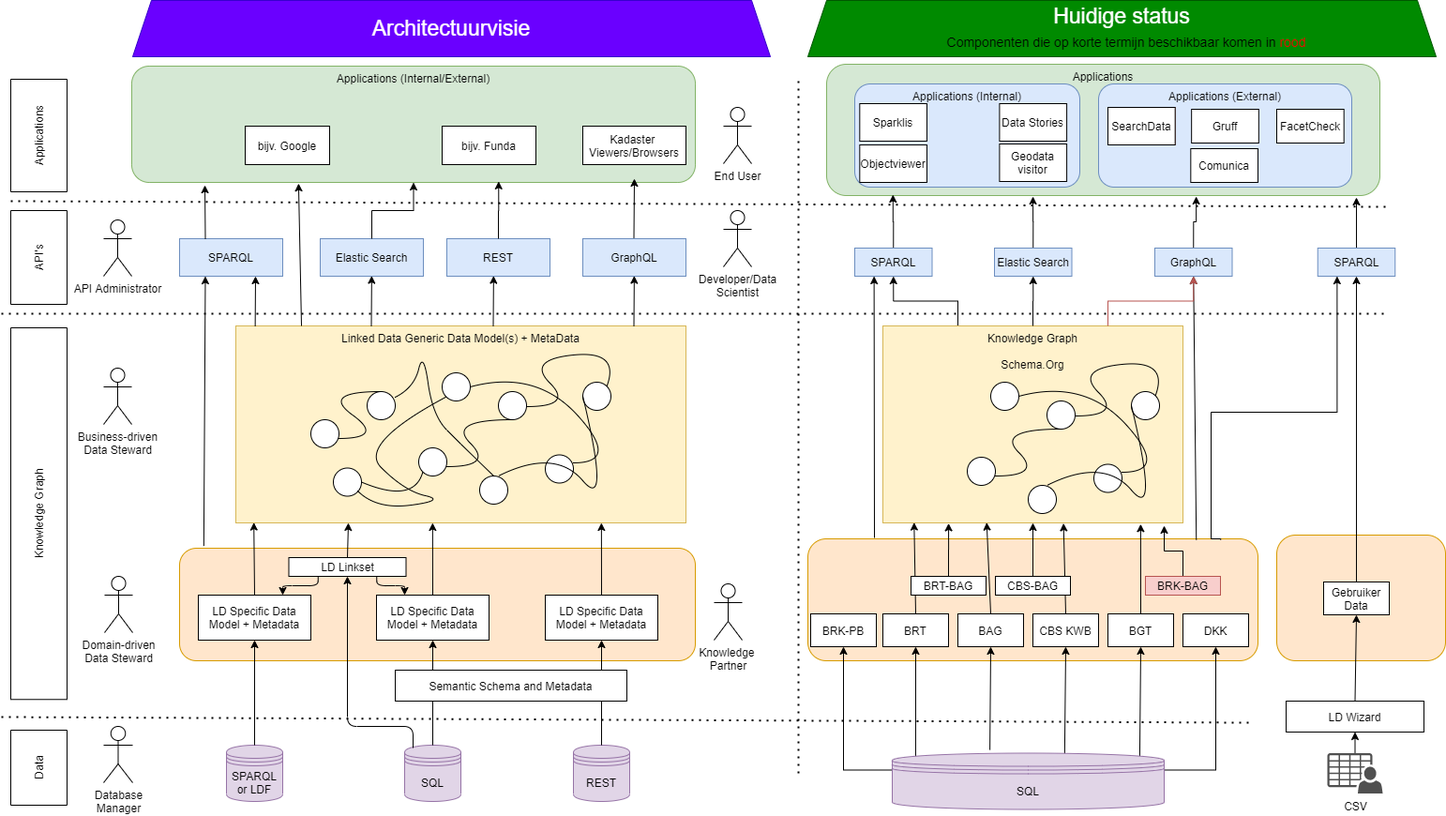
The draw.io diagram demonstrators/architectuur-selfservice/images/selfservice-architecture progress.png in kadaster/labs.kadaster.nl, before a commit. Source tidied: cells renumbered, new cells last; positions are measured from the earlier drawing's top-left corner, leaving out a move shared by most shapes.
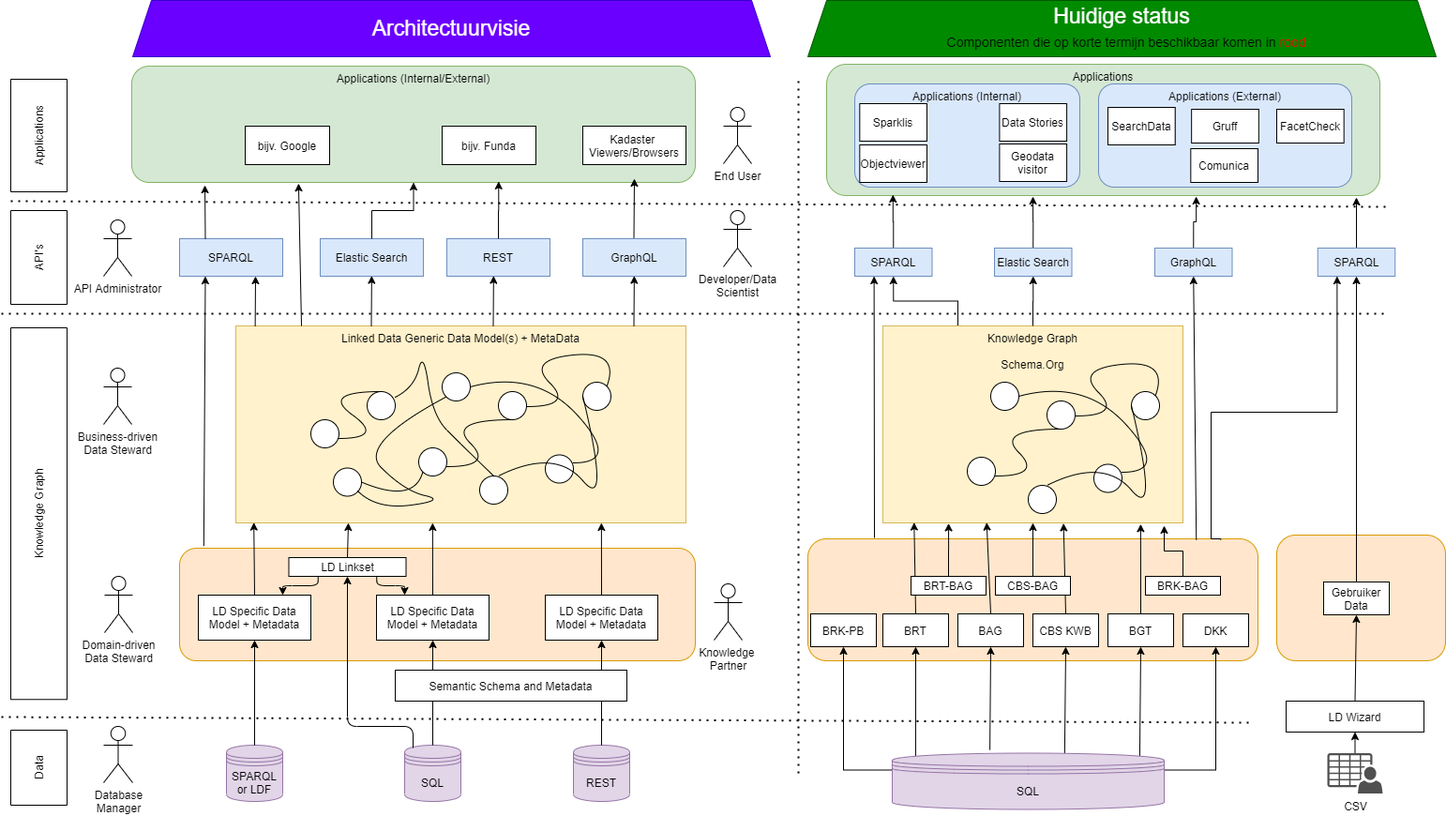
Later version of the same file.

Commit message:
Updte architectuur

What changed in the source:
```diff
@@ -459,9 +459,6 @@
     <mxCell id="116" style="edgeStyle=orthogonalEdgeStyle;rounded=0;jettySize=auto;html=1;exitX=0.5;exitY=0;exitDx=0;exitDy=0;entryX=0.5;entryY=1;entryDx=0;entryDy=0;fillColor=#f8cecc;" parent="70" edge="1" source="88" target="108">
       <mxGeometry relative="1" as="geometry" />
     </mxCell>
-    <mxCell id="117" style="edgeStyle=orthogonalEdgeStyle;rounded=0;jettySize=auto;html=1;exitX=0.75;exitY=0;exitDx=0;exitDy=0;entryX=0.5;entryY=1;entryDx=0;entryDy=0;fillColor=#f8cecc;strokeColor=#B85450;" parent="70" edge="1" source="88" target="110">
-      <mxGeometry relative="1" as="geometry" />
-    </mxCell>
     <mxCell id="118" style="edgeStyle=orthogonalEdgeStyle;rounded=0;jettySize=auto;html=1;exitX=0;exitY=0.3;exitDx=0;exitDy=0;" parent="70" edge="1" source="120" target="136">
       <mxGeometry relative="1" as="geometry" />
     </mxCell>
@@ -556,7 +553,7 @@
         <mxPoint x="1398" y="560" as="targetPoint" />
       </mxGeometry>
     </mxCell>
-    <mxCell id="145" value="BRK-BAG" style="rounded=0;whiteSpace=wrap;html=1;fillColor=#f8cecc;strokeColor=#b85450;" parent="70" vertex="1">
+    <mxCell id="145" value="BRK-BAG" style="rounded=0;whiteSpace=wrap;html=1;fillColor=#FFFFFF;" parent="70" vertex="1">
       <mxGeometry x="1378" y="614" width="80" height="20" as="geometry" />
     </mxCell>
   </root>
```
